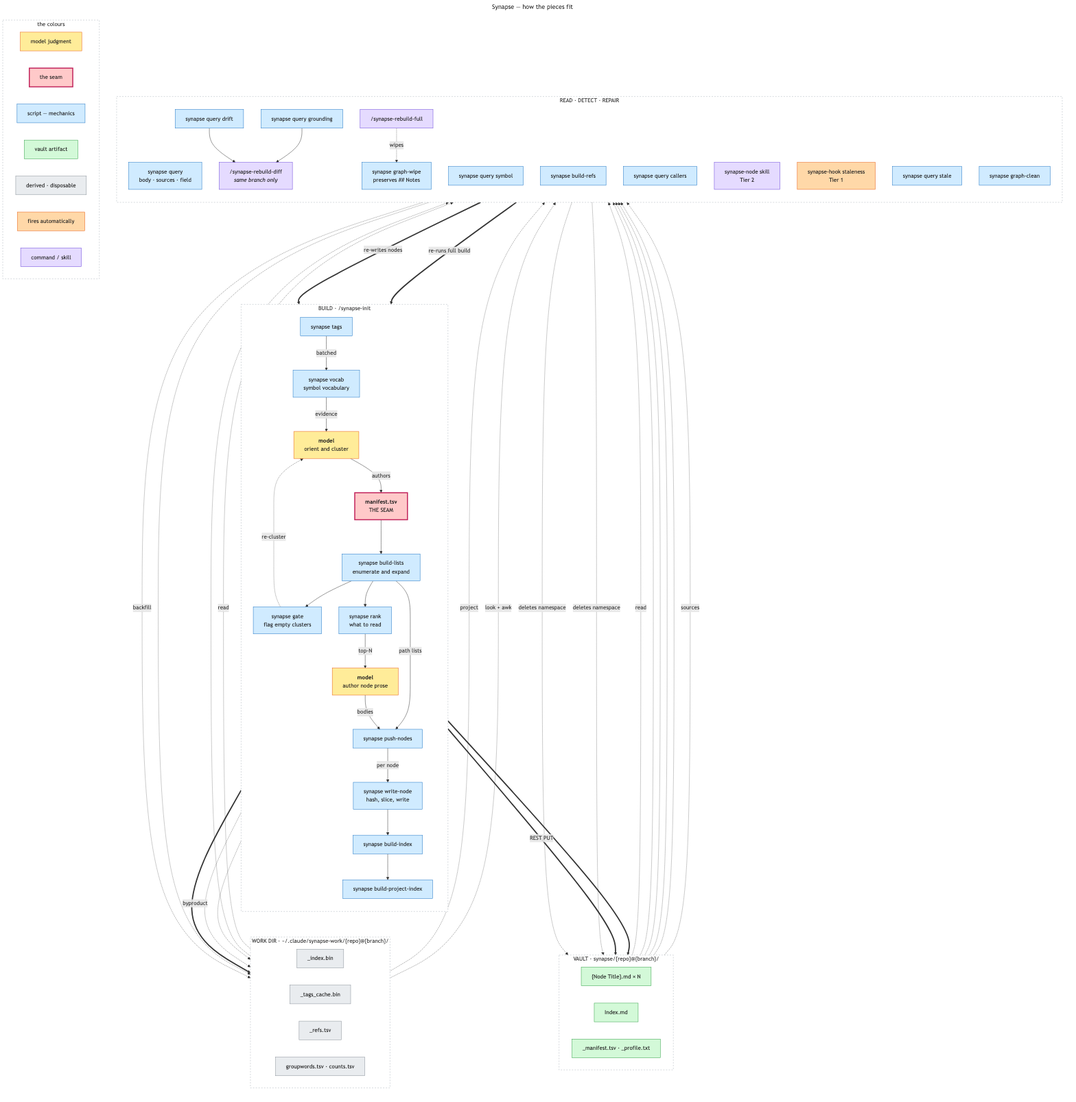
The Mermaid diagram docs/diagrams/synapse-pipeline.png in imunitic/synapse, before a commit. Its source is kept beside it as docs/diagrams/synapse-pipeline.mmd.
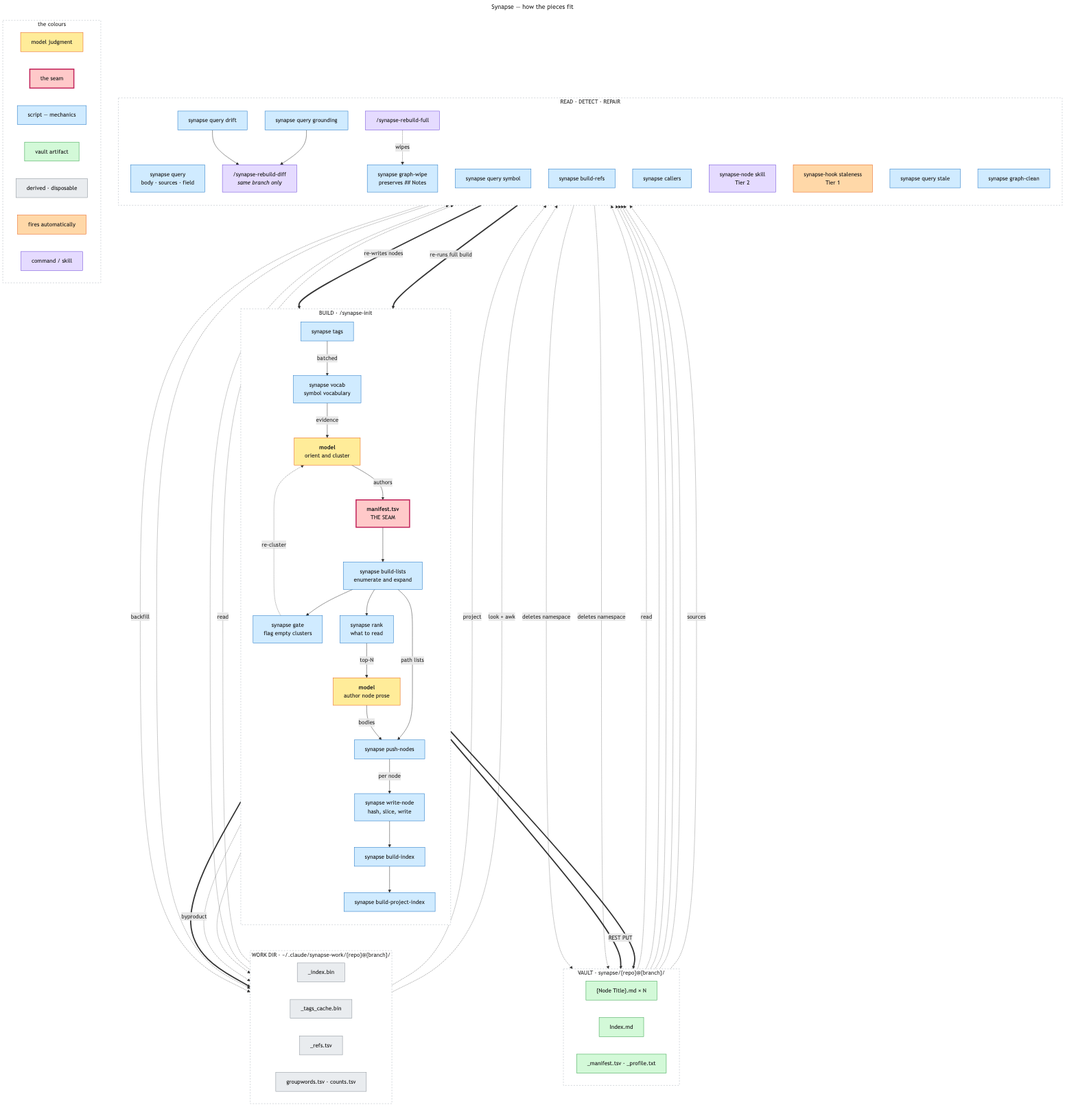
The same file after the commit.

Commit message:
docs(skills): two binaries, and `callers` is not under `query`

What changed in the source:
```diff
@@ -65,7 +65,7 @@
         QUERY["synapse query<br/>body · sources · field"]
         SYMBOL["synapse query symbol"]
         REFS["synapse build-refs"]
-        CALLERS["synapse query callers"]
+        CALLERS["synapse callers"]
         NODESKILL["synapse-node skill<br/>Tier 2"]
         STALE1["synapse-hook staleness<br/>Tier 1"]
         STALE2["synapse query stale"]
```
